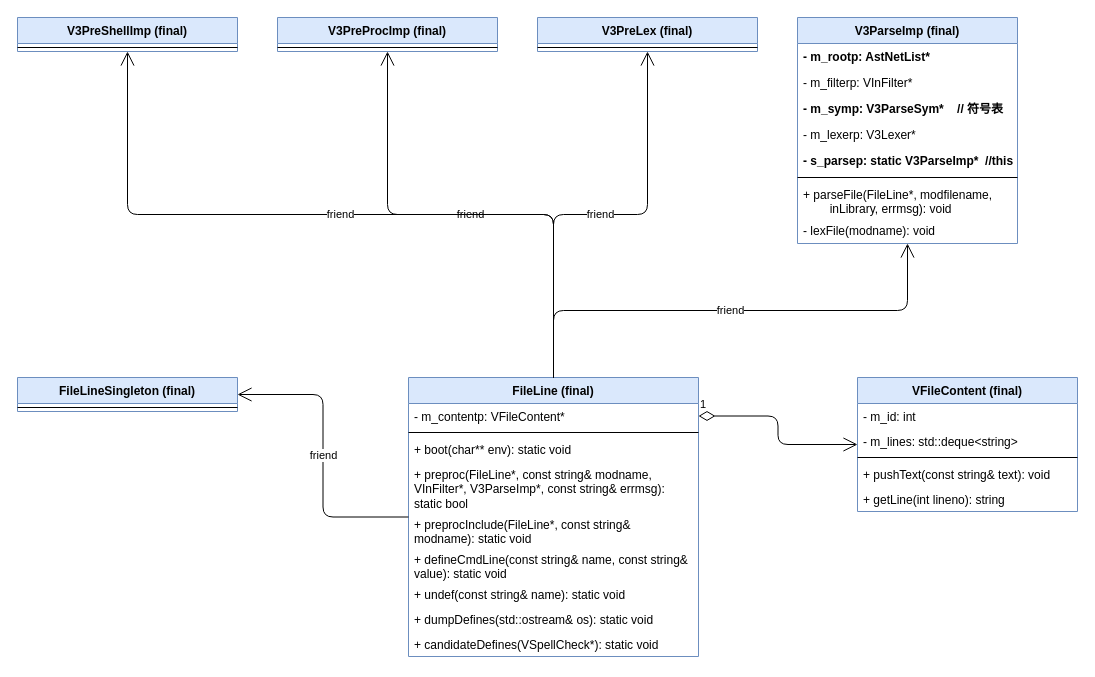
Dercury/CLDK keeps this draw.io diagram as verilator_digrams/V3FileLine.drawio. Above is the earlier version. Source tidied: cells renumbered, new cells numbered last; positions are measured from the earlier drawing's top-left corner, leaving out a move shared by most shapes. Both pictures are drawn from the tidied source at 100%, with x=0, y=0 at pixel (17, 17).
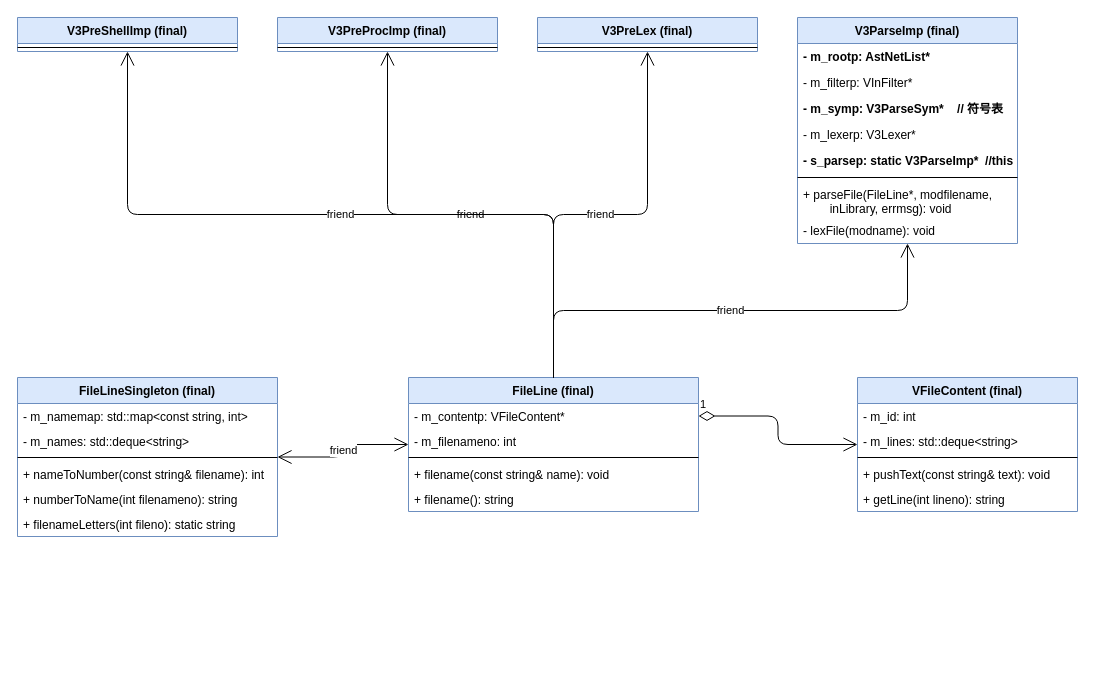
The same page after the edit.

What changed in the source:
```diff
@@
     <mxCell id="2" value="FileLine (final)" style="swimlane;fontStyle=1;align=center;verticalAlign=top;horizontal=1;startSize=26;fillColor=#dae8fc;strokeColor=#6c8ebf;" parent="1" vertex="1">
-      <mxGeometry x="391" y="360" width="290" height="279" as="geometry" />
+      <mxGeometry x="391" y="360" width="290" height="134" as="geometry" />
     </mxCell>
@@
+    <mxCell id="41" value="- m_filenameno: int" style="text;strokeColor=none;fillColor=none;align=left;verticalAlign=top;spacingLeft=4;spacingRight=4;overflow=hidden;" parent="2" vertex="1">
+      <mxGeometry y="51" width="290" height="25" as="geometry" />
+    </mxCell>
     <mxCell id="4" style="line;strokeWidth=1;fillColor=none;align=left;verticalAlign=middle;spacingTop=-1;spacingLeft=3;spacingRight=3;labelPosition=right;" parent="2" vertex="1">
-      <mxGeometry y="51" width="290" height="8" as="geometry" />
+      <mxGeometry y="76" width="290" height="8" as="geometry" />
     </mxCell>
-    <mxCell id="5" value="+ boot(char** env): static void" style="text;strokeColor=none;fillColor=none;align=left;verticalAlign=top;spacingLeft=4;spacingRight=4;overflow=hidden;" parent="2" vertex="1">
-      <mxGeometry y="59" width="290" height="25" as="geometry" />
+    <mxCell id="5" value="+ filename(const string&amp; name): void" style="text;strokeColor=none;fillColor=none;align=left;verticalAlign=top;spacingLeft=4;spacingRight=4;overflow=hidden;" parent="2" vertex="1">
+      <mxGeometry y="84" width="290" height="25" as="geometry" />
     </mxCell>
-    <mxCell id="6" value="+ preproc(FileLine*, const string&amp; modname, VInFilter*, V3ParseImp*, const string&amp; errmsg): static bool" style="text;strokeColor=none;fillColor=none;align=left;verticalAlign=top;spacingLeft=4;spacingRight=4;overflow=hidden;whiteSpace=wrap;" parent="2" vertex="1">
-      <mxGeometry y="84" width="290" height="50" as="geometry" />
-    </mxCell>
-    <mxCell id="7" value="+ preprocInclude(FileLine*, const string&amp; modname): static void" style="text;strokeColor=none;fillColor=none;align=left;verticalAlign=top;spacingLeft=4;spacingRight=4;overflow=hidden;whiteSpace=wrap;" parent="2" vertex="1">
-      <mxGeometry y="134" width="290" height="35" as="geometry" />
-    </mxCell>
-    <mxCell id="8" value="+ defineCmdLine(const string&amp; name, const string&amp; value): static void" style="text;strokeColor=none;fillColor=none;align=left;verticalAlign=top;spacingLeft=4;spacingRight=4;overflow=hidden;whiteSpace=wrap;" parent="2" vertex="1">
-      <mxGeometry y="169" width="290" height="35" as="geometry" />
-    </mxCell>
-    <mxCell id="9" value="+ undef(const string&amp; name): static void" style="text;strokeColor=none;fillColor=none;align=left;verticalAlign=top;spacingLeft=4;spacingRight=4;overflow=hidden;whiteSpace=wrap;" parent="2" vertex="1">
-      <mxGeometry y="204" width="290" height="25" as="geometry" />
+    <mxCell id="9" value="+ filename(): string" style="text;strokeColor=none;fillColor=none;align=left;verticalAlign=top;spacingLeft=4;spacingRight=4;overflow=hidden;whiteSpace=wrap;" parent="2" vertex="1">
+      <mxGeometry y="109" width="290" height="25" as="geometry" />
     </mxCell>
-    <mxCell id="10" value="+ dumpDefines(std::ostream&amp; os): static void" style="text;strokeColor=none;fillColor=none;align=left;verticalAlign=top;spacingLeft=4;spacingRight=4;overflow=hidden;whiteSpace=wrap;" parent="2" vertex="1">
-      <mxGeometry y="229" width="290" height="25" as="geometry" />
-    </mxCell>
-    <mxCell id="11" value="+ candidateDefines(VSpellCheck*): static void" style="text;strokeColor=none;fillColor=none;align=left;verticalAlign=top;spacingLeft=4;spacingRight=4;overflow=hidden;whiteSpace=wrap;" parent="2" vertex="1">
-      <mxGeometry y="254" width="290" height="25" as="geometry" />
-    </mxCell>
@@
     <mxCell id="28" value="FileLineSingleton (final)" style="swimlane;fontStyle=1;align=center;verticalAlign=top;horizontal=1;startSize=26;fillColor=#dae8fc;strokeColor=#6c8ebf;" parent="1" vertex="1">
-      <mxGeometry y="360" width="220" height="34" as="geometry" />
+      <mxGeometry y="360" width="260" height="159" as="geometry" />
     </mxCell>
+    <mxCell id="42" value="- m_namemap: std::map&lt;const string, int&gt;" style="text;strokeColor=none;fillColor=none;align=left;verticalAlign=top;spacingLeft=4;spacingRight=4;overflow=hidden;" parent="28" vertex="1">
+      <mxGeometry y="26" width="260" height="25" as="geometry" />
+    </mxCell>
+    <mxCell id="43" value="- m_names: std::deque&lt;string&gt;" style="text;strokeColor=none;fillColor=none;align=left;verticalAlign=top;spacingLeft=4;spacingRight=4;overflow=hidden;" parent="28" vertex="1">
+      <mxGeometry y="51" width="260" height="25" as="geometry" />
+    </mxCell>
     <mxCell id="29" style="line;strokeWidth=1;fillColor=none;align=left;verticalAlign=middle;spacingTop=-1;spacingLeft=3;spacingRight=3;labelPosition=right;" parent="28" vertex="1">
-      <mxGeometry y="26" width="220" height="8" as="geometry" />
+      <mxGeometry y="76" width="260" height="8" as="geometry" />
     </mxCell>
+    <mxCell id="44" value="+ nameToNumber(const string&amp; filename): int" style="text;strokeColor=none;fillColor=none;align=left;verticalAlign=top;spacingLeft=4;spacingRight=4;overflow=hidden;" parent="28" vertex="1">
+      <mxGeometry y="84" width="260" height="25" as="geometry" />
+    </mxCell>
+    <mxCell id="45" value="+ numberToName(int filenameno): string" style="text;strokeColor=none;fillColor=none;align=left;verticalAlign=top;spacingLeft=4;spacingRight=4;overflow=hidden;" parent="28" vertex="1">
+      <mxGeometry y="109" width="260" height="25" as="geometry" />
+    </mxCell>
+    <mxCell id="46" value="+ filenameLetters(int fileno): static string" style="text;strokeColor=none;fillColor=none;align=left;verticalAlign=top;spacingLeft=4;spacingRight=4;overflow=hidden;" parent="28" vertex="1">
+      <mxGeometry y="134" width="260" height="25" as="geometry" />
+    </mxCell>
@@
-    <mxCell id="33" value="friend" style="endArrow=open;endFill=1;endSize=12;html=1;edgeStyle=orthogonalEdgeStyle;" parent="1" edge="1" source="2" target="28">
-      <mxGeometry relative="1" as="geometry" />
-    </mxCell>
@@
+    <mxCell id="33" value="friend" style="endArrow=open;startArrow=open;html=1;startFill=0;endFill=0;edgeStyle=orthogonalEdgeStyle;endSize=12;startSize=12;" parent="1" edge="1" source="28" target="2">
+      <mxGeometry relative="1" as="geometry" />
+    </mxCell>
```
